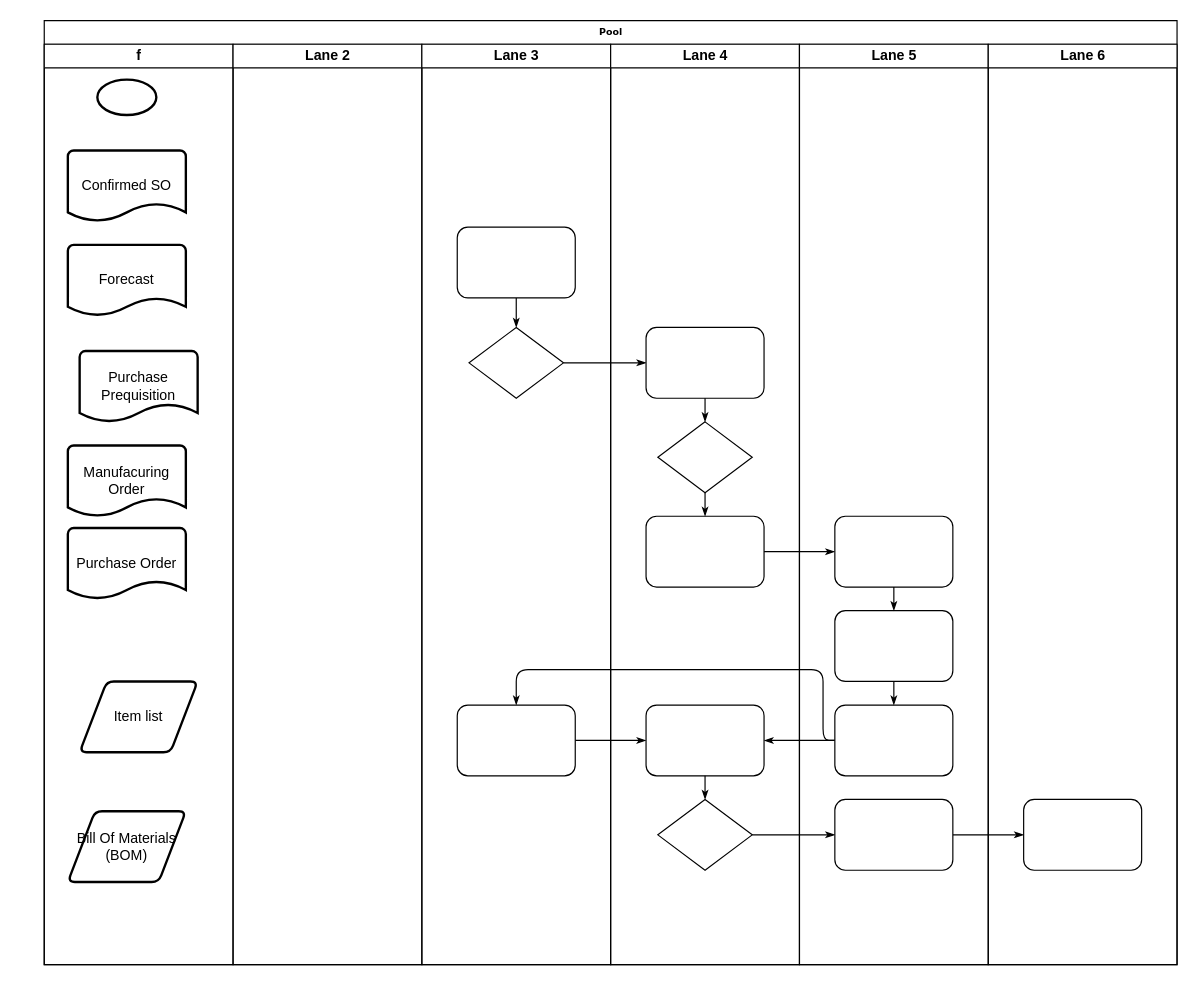
Before: Untitled Diagram.drawio in SungPN/Diagram-VRG, a draw.io diagram. Source tidied: cells renumbered, new cells numbered last; positions are measured from the earlier drawing's top-left corner, leaving out a move shared by most shapes. Both pictures are drawn from the tidied source at 118%, with x=0, y=0 at pixel (44, 20).
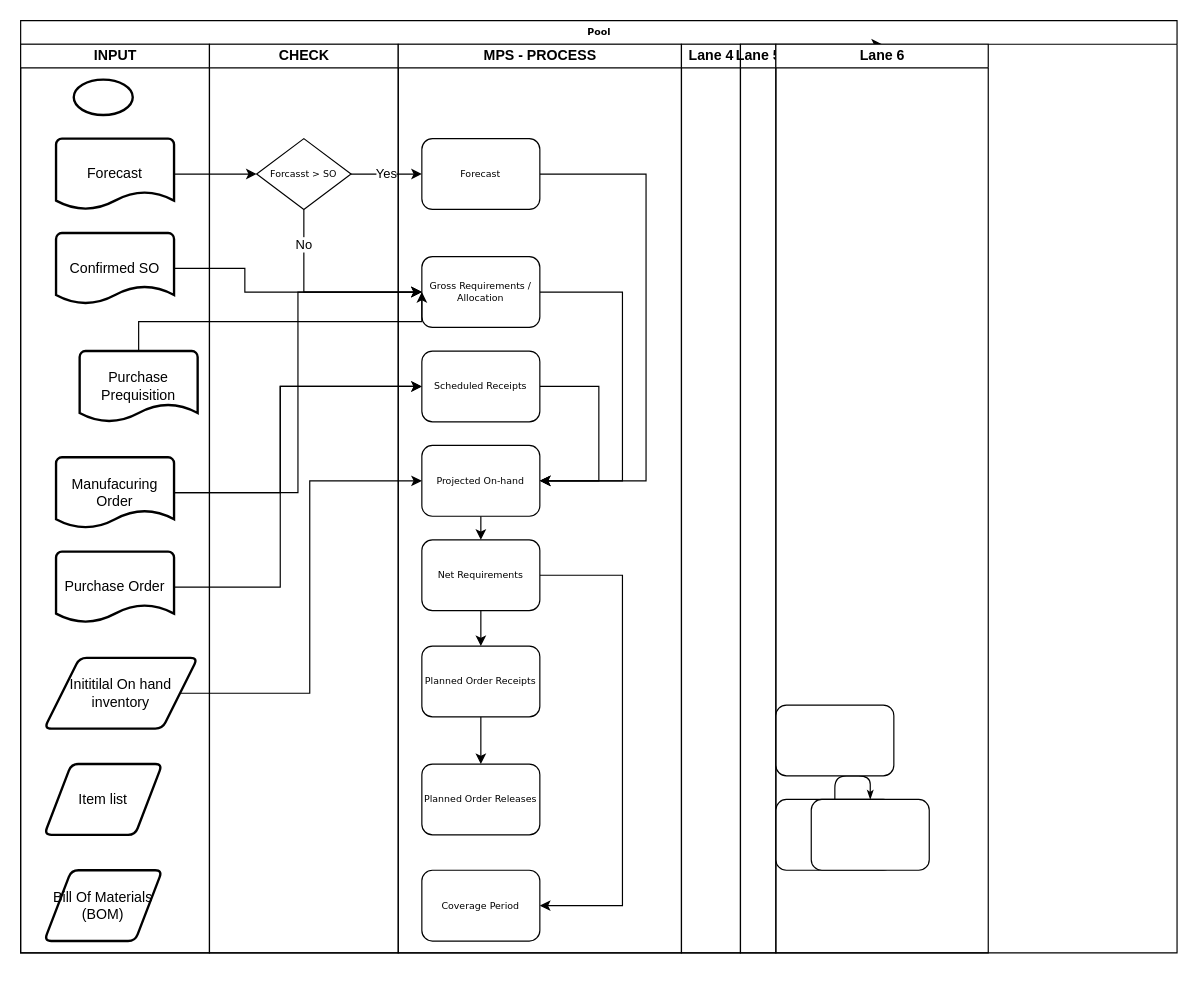
The same page after the edit.

The change refers to these unchanged cells:
```xml
<mxCell id="36" style="rounded=1;whiteSpace=wrap;html=1;shadow=0;labelBackgroundColor=none;strokeWidth=1;fontFamily=Verdana;fontSize=8;align=center;" parent="33" vertex="1">
  <mxGeometry x="30" y="560" width="100" height="60" as="geometry" />
</mxCell>
<mxCell id="37" style="rounded=1;whiteSpace=wrap;html=1;shadow=0;labelBackgroundColor=none;strokeWidth=1;fontFamily=Verdana;fontSize=8;align=center;" parent="33" vertex="1">
  <mxGeometry x="30" y="640" width="100" height="60" as="geometry" />
</mxCell>
<mxCell id="42" value="Purchase Prequisition" style="strokeWidth=2;html=1;shape=mxgraph.flowchart.document2;whiteSpace=wrap;size=0.25;" parent="1" vertex="1">
  <mxGeometry x="30" y="280" width="100" height="60" as="geometry" />
</mxCell>
```

Diff of the diagram source:
```diff
@@
     <mxCell id="2" value="Pool" style="swimlane;html=1;startSize=20;rounded=0;shadow=0;labelBackgroundColor=none;strokeWidth=1;fontFamily=Verdana;fontSize=8;align=center;" parent="1" vertex="1">
-      <mxGeometry width="960" height="800" as="geometry" />
+      <mxGeometry x="-20" width="980" height="790" as="geometry" />
     </mxCell>
-    <mxCell id="3" style="edgeStyle=orthogonalEdgeStyle;rounded=1;html=1;labelBackgroundColor=none;startArrow=none;startFill=0;startSize=5;endArrow=classicThin;endFill=1;endSize=5;jettySize=auto;strokeWidth=1;fontFamily=Verdana;fontSize=8;" parent="2" edge="1" source="21" target="25">
-      <mxGeometry relative="1" as="geometry" />
-    </mxCell>
-    <mxCell id="4" style="edgeStyle=orthogonalEdgeStyle;rounded=1;html=1;labelBackgroundColor=none;startArrow=none;startFill=0;startSize=5;endArrow=classicThin;endFill=1;endSize=5;jettySize=auto;strokeWidth=1;fontFamily=Verdana;fontSize=8;" parent="2" edge="1" source="29" target="37">
-      <mxGeometry relative="1" as="geometry" />
-    </mxCell>
@@
-    <mxCell id="6" style="edgeStyle=orthogonalEdgeStyle;rounded=1;html=1;labelBackgroundColor=none;startArrow=none;startFill=0;startSize=5;endArrow=classicThin;endFill=1;endSize=5;jettySize=auto;strokeWidth=1;fontFamily=Verdana;fontSize=8;" parent="2" edge="1" source="27" target="34">
-      <mxGeometry relative="1" as="geometry" />
-    </mxCell>
-    <mxCell id="7" style="edgeStyle=orthogonalEdgeStyle;rounded=1;html=1;labelBackgroundColor=none;startArrow=none;startFill=0;startSize=5;endArrow=classicThin;endFill=1;endSize=5;jettySize=auto;strokeWidth=1;fontFamily=Verdana;fontSize=8;" parent="2" edge="1" source="36" target="22">
-      <mxGeometry relative="1" as="geometry">
-        <Array as="points">
-          <mxPoint x="660" y="610" />
-          <mxPoint x="660" y="550" />
-          <mxPoint x="400" y="550" />
-        </Array>
-      </mxGeometry>
-    </mxCell>
-    <mxCell id="8" style="edgeStyle=orthogonalEdgeStyle;rounded=1;html=1;labelBackgroundColor=none;startArrow=none;startFill=0;startSize=5;endArrow=classicThin;endFill=1;endSize=5;jettySize=auto;strokeColor=#000000;strokeWidth=1;fontFamily=Verdana;fontSize=8;fontColor=#000000;" parent="2" edge="1" source="36" target="28">
-      <mxGeometry relative="1" as="geometry" />
-    </mxCell>
-    <mxCell id="9" style="edgeStyle=orthogonalEdgeStyle;rounded=1;html=1;labelBackgroundColor=none;startArrow=none;startFill=0;startSize=5;endArrow=classicThin;endFill=1;endSize=5;jettySize=auto;strokeWidth=1;fontFamily=Verdana;fontSize=8;" parent="2" edge="1" source="22" target="28">
-      <mxGeometry relative="1" as="geometry" />
-    </mxCell>
-    <mxCell id="10" value="f" style="swimlane;html=1;startSize=20;" parent="2" vertex="1">
-      <mxGeometry y="20" width="160" height="780" as="geometry" />
+    <mxCell id="10" value="INPUT" style="swimlane;html=1;startSize=20;" parent="2" vertex="1">
+      <mxGeometry y="20" width="160" height="770" as="geometry" />
     </mxCell>
     <mxCell id="11" value="Confirmed SO" style="strokeWidth=2;html=1;shape=mxgraph.flowchart.document2;whiteSpace=wrap;size=0.25;" parent="10" vertex="1">
-      <mxGeometry x="20" y="90" width="100" height="60" as="geometry" />
+      <mxGeometry x="30" y="160" width="100" height="60" as="geometry" />
     </mxCell>
     <mxCell id="12" value="Forecast" style="strokeWidth=2;html=1;shape=mxgraph.flowchart.document2;whiteSpace=wrap;size=0.25;" parent="10" vertex="1">
-      <mxGeometry x="20" y="170" width="100" height="60" as="geometry" />
+      <mxGeometry x="30" y="80" width="100" height="60" as="geometry" />
     </mxCell>
     <mxCell id="13" value="Manufacuring Order" style="strokeWidth=2;html=1;shape=mxgraph.flowchart.document2;whiteSpace=wrap;size=0.25;" parent="10" vertex="1">
-      <mxGeometry x="20" y="340" width="100" height="60" as="geometry" />
+      <mxGeometry x="30" y="350" width="100" height="60" as="geometry" />
     </mxCell>
@@
     <mxCell id="15" value="Item list" style="shape=parallelogram;html=1;strokeWidth=2;perimeter=parallelogramPerimeter;whiteSpace=wrap;rounded=1;arcSize=12;size=0.23;" parent="10" vertex="1">
-      <mxGeometry x="30" y="540" width="100" height="60" as="geometry" />
+      <mxGeometry x="20" y="610" width="100" height="60" as="geometry" />
     </mxCell>
     <mxCell id="16" value="Bill Of Materials&lt;br&gt;(BOM)" style="shape=parallelogram;html=1;strokeWidth=2;perimeter=parallelogramPerimeter;whiteSpace=wrap;rounded=1;arcSize=12;size=0.23;" parent="10" vertex="1">
-      <mxGeometry x="20" y="650" width="100" height="60" as="geometry" />
+      <mxGeometry x="20" y="700" width="100" height="60" as="geometry" />
     </mxCell>
     <mxCell id="17" value="Purchase Order" style="strokeWidth=2;html=1;shape=mxgraph.flowchart.document2;whiteSpace=wrap;size=0.25;" parent="10" vertex="1">
-      <mxGeometry x="20" y="410" width="100" height="60" as="geometry" />
+      <mxGeometry x="30" y="430" width="100" height="60" as="geometry" />
     </mxCell>
+    <mxCell id="43" value="Inititilal On hand inventory" style="shape=parallelogram;html=1;strokeWidth=2;perimeter=parallelogramPerimeter;whiteSpace=wrap;rounded=1;arcSize=12;size=0.23;" parent="10" vertex="1">
+      <mxGeometry x="20" y="520" width="130" height="60" as="geometry" />
+    </mxCell>
-    <mxCell id="18" value="Lane 2" style="swimlane;html=1;startSize=20;" parent="2" vertex="1">
-      <mxGeometry x="160" y="20" width="160" height="780" as="geometry" />
+    <mxCell id="18" value="CHECK" style="swimlane;html=1;startSize=20;" parent="2" vertex="1">
+      <mxGeometry x="160" y="20" width="160" height="770" as="geometry" />
     </mxCell>
+    <mxCell id="29" value="Forcasst &amp;gt; SO" style="rhombus;whiteSpace=wrap;html=1;rounded=0;shadow=0;labelBackgroundColor=none;strokeWidth=1;fontFamily=Verdana;fontSize=8;align=center;" parent="18" vertex="1">
+      <mxGeometry x="40" y="80" width="80" height="60" as="geometry" />
+    </mxCell>
-    <mxCell id="19" value="Lane 3" style="swimlane;html=1;startSize=20;" parent="2" vertex="1">
-      <mxGeometry x="320" y="20" width="160" height="780" as="geometry" />
+    <mxCell id="19" value="MPS - PROCESS" style="swimlane;html=1;startSize=20;" parent="2" vertex="1">
+      <mxGeometry x="320" y="20" width="240" height="770" as="geometry" />
     </mxCell>
+    <mxCell id="44" style="edgeStyle=elbowEdgeStyle;rounded=0;jettySize=auto;html=1;entryX=1;entryY=0.5;entryDx=0;entryDy=0;" parent="19" edge="1" source="22" target="52">
+      <mxGeometry relative="1" as="geometry">
+        <Array as="points">
+          <mxPoint x="190" y="620" />
+        </Array>
+      </mxGeometry>
+    </mxCell>
+    <mxCell id="45" style="edgeStyle=elbowEdgeStyle;rounded=0;jettySize=auto;elbow=vertical;html=1;" parent="19" edge="1" source="22" target="35">
+      <mxGeometry relative="1" as="geometry" />
+    </mxCell>
+    <mxCell id="22" value="Net Requirements" style="rounded=1;whiteSpace=wrap;html=1;shadow=0;labelBackgroundColor=none;strokeWidth=1;fontFamily=Verdana;fontSize=8;align=center;" parent="19" vertex="1">
+      <mxGeometry x="20" y="420" width="100" height="60" as="geometry" />
+    </mxCell>
+    <mxCell id="46" style="edgeStyle=elbowEdgeStyle;rounded=0;jettySize=auto;elbow=vertical;html=1;entryX=1;entryY=0.5;entryDx=0;entryDy=0;" parent="19" edge="1" source="20" target="50">
+      <mxGeometry relative="1" as="geometry">
+        <Array as="points">
+          <mxPoint x="190" y="270" />
+        </Array>
+      </mxGeometry>
+    </mxCell>
-    <mxCell id="20" style="rounded=1;whiteSpace=wrap;html=1;shadow=0;labelBackgroundColor=none;strokeWidth=1;fontFamily=Verdana;fontSize=8;align=center;" parent="19" vertex="1">
-      <mxGeometry x="30" y="155" width="100" height="60" as="geometry" />
+    <mxCell id="20" value="Gross Requirements / Allocation" style="rounded=1;whiteSpace=wrap;html=1;shadow=0;labelBackgroundColor=none;strokeWidth=1;fontFamily=Verdana;fontSize=8;align=center;" parent="19" vertex="1">
+      <mxGeometry x="20" y="180" width="100" height="60" as="geometry" />
     </mxCell>
-    <mxCell id="21" style="rhombus;whiteSpace=wrap;html=1;rounded=0;shadow=0;labelBackgroundColor=none;strokeWidth=1;fontFamily=Verdana;fontSize=8;align=center;" parent="19" vertex="1">
-      <mxGeometry x="40" y="240" width="80" height="60" as="geometry" />
-    </mxCell>
-    <mxCell id="22" style="rounded=1;whiteSpace=wrap;html=1;shadow=0;labelBackgroundColor=none;strokeWidth=1;fontFamily=Verdana;fontSize=8;align=center;" parent="19" vertex="1">
-      <mxGeometry x="30" y="560" width="100" height="60" as="geometry" />
-    </mxCell>
-    <mxCell id="23" style="edgeStyle=orthogonalEdgeStyle;rounded=1;html=1;labelBackgroundColor=none;startArrow=none;startFill=0;startSize=5;endArrow=classicThin;endFill=1;endSize=5;jettySize=auto;strokeWidth=1;fontFamily=Verdana;fontSize=8;" parent="19" edge="1" source="20" target="21">
-      <mxGeometry relative="1" as="geometry" />
-    </mxCell>
+    <mxCell id="47" style="edgeStyle=elbowEdgeStyle;rounded=0;jettySize=auto;html=1;entryX=1;entryY=0.5;entryDx=0;entryDy=0;elbow=vertical;" parent="19" edge="1" source="34" target="50">
+      <mxGeometry relative="1" as="geometry">
+        <Array as="points">
+          <mxPoint x="210" y="240" />
+        </Array>
+      </mxGeometry>
+    </mxCell>
+    <mxCell id="34" value="Forecast" style="rounded=1;whiteSpace=wrap;html=1;shadow=0;labelBackgroundColor=none;strokeWidth=1;fontFamily=Verdana;fontSize=8;align=center;" parent="19" vertex="1">
+      <mxGeometry x="20" y="80" width="100" height="60" as="geometry" />
+    </mxCell>
+    <mxCell id="48" style="edgeStyle=elbowEdgeStyle;rounded=0;jettySize=auto;elbow=vertical;html=1;" parent="19" edge="1" source="27" target="50">
+      <mxGeometry relative="1" as="geometry">
+        <Array as="points">
+          <mxPoint x="170" y="370" />
+        </Array>
+      </mxGeometry>
+    </mxCell>
+    <mxCell id="27" value="Scheduled Receipts" style="rounded=1;whiteSpace=wrap;html=1;shadow=0;labelBackgroundColor=none;strokeWidth=1;fontFamily=Verdana;fontSize=8;align=center;" parent="19" vertex="1">
+      <mxGeometry x="20" y="260" width="100" height="60" as="geometry" />
+    </mxCell>
+    <mxCell id="49" style="edgeStyle=elbowEdgeStyle;rounded=0;jettySize=auto;elbow=vertical;html=1;" parent="19" edge="1" source="50" target="22">
+      <mxGeometry relative="1" as="geometry" />
+    </mxCell>
+    <mxCell id="50" value="Projected On-hand" style="rounded=1;whiteSpace=wrap;html=1;shadow=0;labelBackgroundColor=none;strokeWidth=1;fontFamily=Verdana;fontSize=8;align=center;" parent="19" vertex="1">
+      <mxGeometry x="20" y="340" width="100" height="60" as="geometry" />
+    </mxCell>
+    <mxCell id="28" value="Planned Order Releases" style="rounded=1;whiteSpace=wrap;html=1;shadow=0;labelBackgroundColor=none;strokeWidth=1;fontFamily=Verdana;fontSize=8;align=center;" parent="19" vertex="1">
+      <mxGeometry x="20" y="610" width="100" height="60" as="geometry" />
+    </mxCell>
+    <mxCell id="51" style="edgeStyle=elbowEdgeStyle;rounded=0;jettySize=auto;html=1;" parent="19" edge="1" source="35" target="28">
+      <mxGeometry relative="1" as="geometry" />
+    </mxCell>
+    <mxCell id="35" value="Planned Order Receipts" style="rounded=1;whiteSpace=wrap;html=1;shadow=0;labelBackgroundColor=none;strokeWidth=1;fontFamily=Verdana;fontSize=8;align=center;" parent="19" vertex="1">
+      <mxGeometry x="20" y="510" width="100" height="60" as="geometry" />
+    </mxCell>
+    <mxCell id="52" value="Coverage Period" style="rounded=1;whiteSpace=wrap;html=1;shadow=0;labelBackgroundColor=none;strokeWidth=1;fontFamily=Verdana;fontSize=8;align=center;" parent="19" vertex="1">
+      <mxGeometry x="20" y="700" width="100" height="60" as="geometry" />
+    </mxCell>
+    <mxCell id="53" style="edgeStyle=elbowEdgeStyle;rounded=0;jettySize=auto;elbow=vertical;html=1;exitX=1;exitY=0;exitDx=0;exitDy=0;entryX=0.5;entryY=0;entryDx=0;entryDy=0;" parent="2" edge="1" source="24" target="40">
+      <mxGeometry relative="1" as="geometry" />
+    </mxCell>
     <mxCell id="24" value="Lane 4" style="swimlane;html=1;startSize=20;" parent="2" vertex="1">
-      <mxGeometry x="480" y="20" width="160" height="780" as="geometry" />
+      <mxGeometry x="560" y="20" width="50" height="770" as="geometry" />
     </mxCell>
-    <mxCell id="25" style="rounded=1;whiteSpace=wrap;html=1;shadow=0;labelBackgroundColor=none;strokeWidth=1;fontFamily=Verdana;fontSize=8;align=center;" parent="24" vertex="1">
-      <mxGeometry x="30" y="240" width="100" height="60" as="geometry" />
-    </mxCell>
-    <mxCell id="26" style="rhombus;whiteSpace=wrap;html=1;rounded=0;shadow=0;labelBackgroundColor=none;strokeWidth=1;fontFamily=Verdana;fontSize=8;align=center;" parent="24" vertex="1">
-      <mxGeometry x="40" y="320" width="80" height="60" as="geometry" />
-    </mxCell>
-    <mxCell id="27" style="rounded=1;whiteSpace=wrap;html=1;shadow=0;labelBackgroundColor=none;strokeWidth=1;fontFamily=Verdana;fontSize=8;align=center;" parent="24" vertex="1">
-      <mxGeometry x="30" y="400" width="100" height="60" as="geometry" />
-    </mxCell>
-    <mxCell id="28" style="rounded=1;whiteSpace=wrap;html=1;shadow=0;labelBackgroundColor=none;strokeWidth=1;fontFamily=Verdana;fontSize=8;align=center;" parent="24" vertex="1">
-      <mxGeometry x="30" y="560" width="100" height="60" as="geometry" />
-    </mxCell>
-    <mxCell id="29" style="rhombus;whiteSpace=wrap;html=1;rounded=0;shadow=0;labelBackgroundColor=none;strokeWidth=1;fontFamily=Verdana;fontSize=8;align=center;" parent="24" vertex="1">
-      <mxGeometry x="40" y="640" width="80" height="60" as="geometry" />
-    </mxCell>
-    <mxCell id="30" style="edgeStyle=orthogonalEdgeStyle;rounded=1;html=1;labelBackgroundColor=none;startArrow=none;startFill=0;startSize=5;endArrow=classicThin;endFill=1;endSize=5;jettySize=auto;strokeColor=#000000;strokeWidth=1;fontFamily=Verdana;fontSize=8;fontColor=#000000;" parent="24" edge="1" source="25" target="26">
-      <mxGeometry relative="1" as="geometry" />
-    </mxCell>
-    <mxCell id="31" style="edgeStyle=orthogonalEdgeStyle;rounded=1;html=1;labelBackgroundColor=none;startArrow=none;startFill=0;startSize=5;endArrow=classicThin;endFill=1;endSize=5;jettySize=auto;strokeWidth=1;fontFamily=Verdana;fontSize=8;" parent="24" edge="1" source="26" target="27">
-      <mxGeometry relative="1" as="geometry" />
-    </mxCell>
-    <mxCell id="32" style="edgeStyle=orthogonalEdgeStyle;rounded=1;html=1;labelBackgroundColor=none;startArrow=none;startFill=0;startSize=5;endArrow=classicThin;endFill=1;endSize=5;jettySize=auto;strokeWidth=1;fontFamily=Verdana;fontSize=8;" parent="24" edge="1" source="28" target="29">
-      <mxGeometry relative="1" as="geometry" />
-    </mxCell>
     <mxCell id="33" value="Lane 5" style="swimlane;html=1;startSize=20;" parent="2" vertex="1">
-      <mxGeometry x="640" y="20" width="160" height="780" as="geometry" />
+      <mxGeometry x="610" y="20" width="30" height="770" as="geometry" />
     </mxCell>
-    <mxCell id="34" style="rounded=1;whiteSpace=wrap;html=1;shadow=0;labelBackgroundColor=none;strokeWidth=1;fontFamily=Verdana;fontSize=8;align=center;" parent="33" vertex="1">
-      <mxGeometry x="30" y="400" width="100" height="60" as="geometry" />
-    </mxCell>
-    <mxCell id="35" style="rounded=1;whiteSpace=wrap;html=1;shadow=0;labelBackgroundColor=none;strokeWidth=1;fontFamily=Verdana;fontSize=8;align=center;" parent="33" vertex="1">
-      <mxGeometry x="30" y="480" width="100" height="60" as="geometry" />
-    </mxCell>
@@
-    <mxCell id="38" style="edgeStyle=orthogonalEdgeStyle;rounded=1;html=1;labelBackgroundColor=none;startArrow=none;startFill=0;startSize=5;endArrow=classicThin;endFill=1;endSize=5;jettySize=auto;strokeWidth=1;fontFamily=Verdana;fontSize=8;" parent="33" edge="1" source="34" target="35">
-      <mxGeometry relative="1" as="geometry" />
-    </mxCell>
-    <mxCell id="39" style="edgeStyle=orthogonalEdgeStyle;rounded=1;html=1;labelBackgroundColor=none;startArrow=none;startFill=0;startSize=5;endArrow=classicThin;endFill=1;endSize=5;jettySize=auto;strokeWidth=1;fontFamily=Verdana;fontSize=8;" parent="33" edge="1" source="35" target="36">
-      <mxGeometry relative="1" as="geometry" />
-    </mxCell>
+    <mxCell id="54" style="edgeStyle=orthogonalEdgeStyle;rounded=0;jettySize=auto;html=1;exitX=1;exitY=0.5;exitDx=0;exitDy=0;exitPerimeter=0;entryX=0;entryY=0.5;entryDx=0;entryDy=0;" parent="2" edge="1" source="12" target="29">
+      <mxGeometry relative="1" as="geometry" />
+    </mxCell>
+    <mxCell id="55" value="Yes" style="edgeStyle=orthogonalEdgeStyle;rounded=0;jettySize=auto;html=1;" parent="2" edge="1" source="29" target="34">
+      <mxGeometry relative="1" as="geometry" />
+    </mxCell>
+    <mxCell id="56" value="No" style="edgeStyle=orthogonalEdgeStyle;rounded=0;jettySize=auto;html=1;entryX=0;entryY=0.5;entryDx=0;entryDy=0;" parent="2" edge="1" source="29" target="20">
+      <mxGeometry x="-0.65" relative="1" as="geometry">
+        <Array as="points">
+          <mxPoint x="240" y="230" />
+        </Array>
+      </mxGeometry>
+    </mxCell>
+    <mxCell id="57" style="edgeStyle=orthogonalEdgeStyle;rounded=0;jettySize=auto;html=1;entryX=0;entryY=0.5;entryDx=0;entryDy=0;" parent="2" edge="1" source="11" target="20">
+      <mxGeometry relative="1" as="geometry">
+        <Array as="points">
+          <mxPoint x="190" y="210" />
+          <mxPoint x="190" y="230" />
+        </Array>
+      </mxGeometry>
+    </mxCell>
+    <mxCell id="58" style="edgeStyle=orthogonalEdgeStyle;rounded=0;jettySize=auto;html=1;entryX=0;entryY=0.5;entryDx=0;entryDy=0;" parent="2" edge="1" source="13" target="20">
+      <mxGeometry relative="1" as="geometry" />
+    </mxCell>
+    <mxCell id="59" style="edgeStyle=orthogonalEdgeStyle;rounded=0;jettySize=auto;html=1;entryX=0;entryY=0.5;entryDx=0;entryDy=0;" parent="2" edge="1" source="43" target="50">
+      <mxGeometry relative="1" as="geometry" />
+    </mxCell>
+    <mxCell id="60" style="edgeStyle=orthogonalEdgeStyle;rounded=0;jettySize=auto;html=1;entryX=0;entryY=0.5;entryDx=0;entryDy=0;" parent="2" edge="1" source="13" target="27">
+      <mxGeometry relative="1" as="geometry">
+        <Array as="points">
+          <mxPoint x="220" y="400" />
+          <mxPoint x="220" y="310" />
+        </Array>
+      </mxGeometry>
+    </mxCell>
+    <mxCell id="61" style="edgeStyle=elbowEdgeStyle;rounded=0;jettySize=auto;html=1;entryX=0;entryY=0.5;entryDx=0;entryDy=0;" parent="2" edge="1" source="17" target="27">
+      <mxGeometry relative="1" as="geometry">
+        <Array as="points">
+          <mxPoint x="220" y="390" />
+          <mxPoint x="210" y="410" />
+        </Array>
+      </mxGeometry>
+    </mxCell>
     <mxCell id="40" value="Lane 6" style="swimlane;html=1;startSize=20;" parent="2" vertex="1">
-      <mxGeometry x="800" y="20" width="160" height="780" as="geometry" />
+      <mxGeometry x="640" y="20" width="180" height="770" as="geometry" />
     </mxCell>
@@
+    <mxCell id="62" style="edgeStyle=elbowEdgeStyle;rounded=0;jettySize=auto;html=1;entryX=0;entryY=0.5;entryDx=0;entryDy=0;elbow=vertical;" parent="1" edge="1" source="42" target="20">
+      <mxGeometry relative="1" as="geometry" />
+    </mxCell>
```
